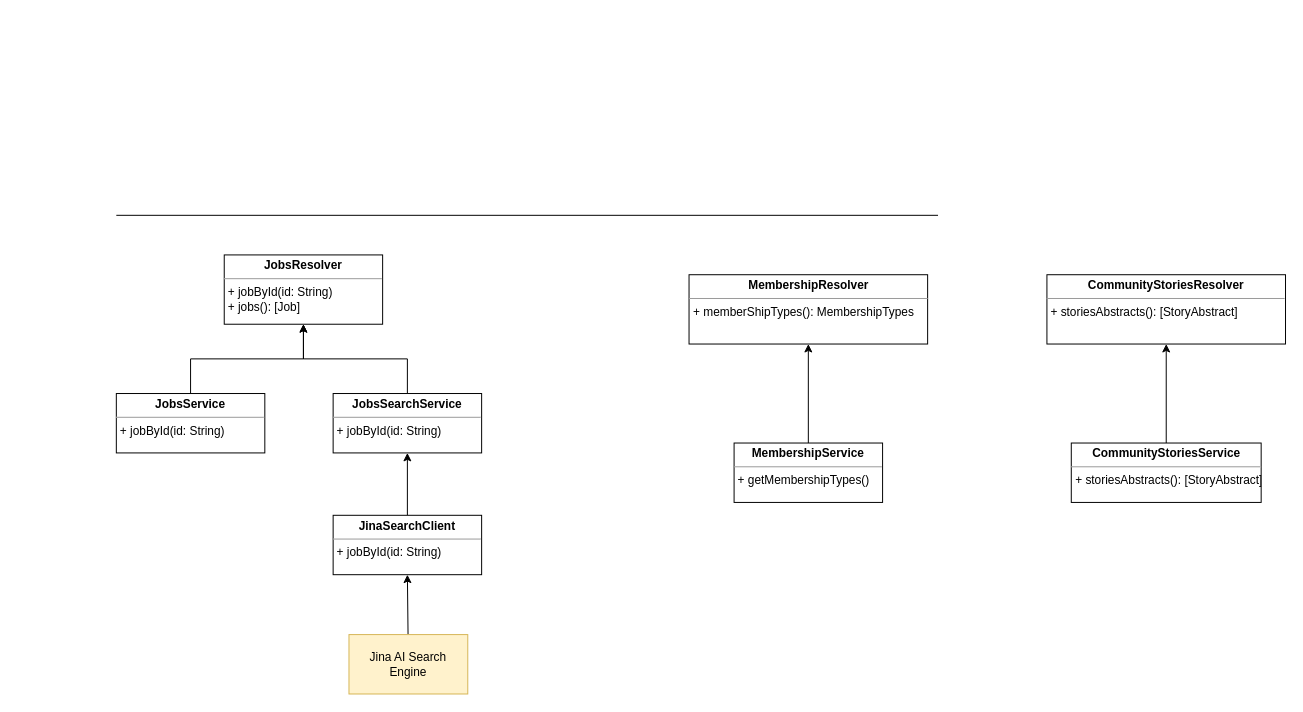
The draw.io diagram page "Backend Class Diagram" (1 of 5) of backend/diagrams.drawio in qiusuo-fuyuan/eagleeyejobs, before the edit. Source tidied: cells renumbered, new cells numbered last; positions are measured from the earlier drawing's top-left corner, leaving out a move shared by most shapes. Both pictures are drawn from the tidied source at 99%, with x=0, y=0 at pixel (116, 215).
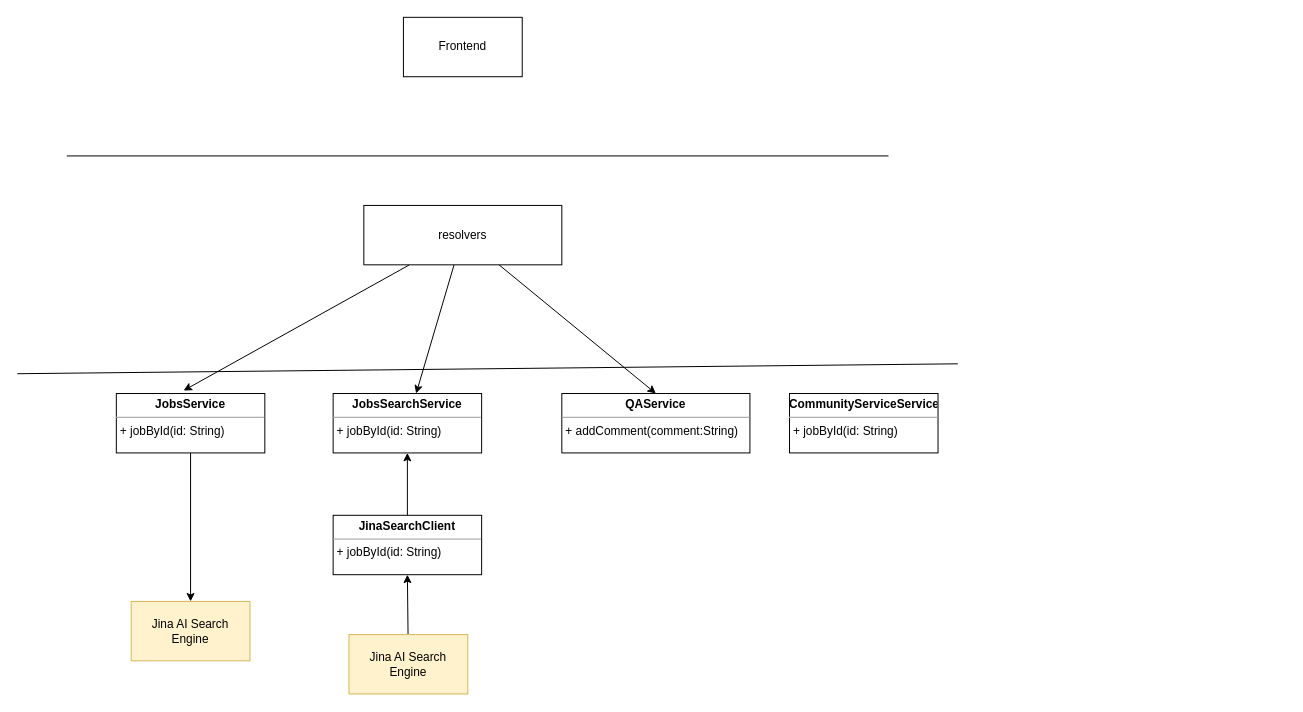
Above is the later version.

Commit message (it also covers changes not shown here):
update the backend diagram

The change refers to these unchanged cells:
```xml
<mxCell id="4" value="&lt;p style=&quot;margin:0px;margin-top:4px;text-align:center;&quot;&gt;&lt;b&gt;JobsService&lt;/b&gt;&lt;/p&gt;&lt;hr size=&quot;1&quot;&gt;&lt;p style=&quot;margin:0px;margin-left:4px;&quot;&gt;+ jobById(id: String)&lt;/p&gt;" style="verticalAlign=top;align=left;overflow=fill;fontSize=12;fontFamily=Helvetica;html=1;" parent="1" vertex="1">
  <mxGeometry y="180" width="150" height="60" as="geometry" />
</mxCell>
<mxCell id="6" value="&lt;p style=&quot;margin:0px;margin-top:4px;text-align:center;&quot;&gt;&lt;b&gt;JobsSearchService&lt;/b&gt;&lt;/p&gt;&lt;hr size=&quot;1&quot;&gt;&lt;p style=&quot;margin:0px;margin-left:4px;&quot;&gt;+ jobById(id: String)&lt;/p&gt;" style="verticalAlign=top;align=left;overflow=fill;fontSize=12;fontFamily=Helvetica;html=1;" parent="1" vertex="1">
  <mxGeometry x="219" y="180" width="150" height="60" as="geometry" />
</mxCell>
```

The edit, as a diff of the source:
```diff
@@
-    <mxCell id="2" value="&lt;p style=&quot;margin:0px;margin-top:4px;text-align:center;&quot;&gt;&lt;b&gt;JobsResolver&lt;/b&gt;&lt;/p&gt;&lt;hr size=&quot;1&quot;&gt;&lt;p style=&quot;margin:0px;margin-left:4px;&quot;&gt;+ jobById(id: String)&lt;/p&gt;&lt;p style=&quot;margin:0px;margin-left:4px;&quot;&gt;+ jobs(): [Job]&lt;/p&gt;" style="verticalAlign=top;align=left;overflow=fill;fontSize=12;fontFamily=Helvetica;html=1;" parent="1" vertex="1">
-      <mxGeometry x="109" y="40" width="160" height="70" as="geometry" />
-    </mxCell>
-    <mxCell id="3" style="edgeStyle=orthogonalEdgeStyle;rounded=0;jettySize=auto;html=1;entryX=0.5;entryY=1;entryDx=0;entryDy=0;" parent="1" edge="1" source="4" target="2">
-      <mxGeometry relative="1" as="geometry" />
-    </mxCell>
+    <mxCell id="18" style="edgeStyle=none;html=1;" parent="1" edge="1" source="4" target="17">
+      <mxGeometry relative="1" as="geometry" />
+    </mxCell>
@@
-    <mxCell id="5" style="edgeStyle=orthogonalEdgeStyle;rounded=0;jettySize=auto;html=1;" parent="1" edge="1" source="6" target="2">
-      <mxGeometry relative="1" as="geometry" />
-    </mxCell>
@@
     <mxCell id="9" style="endArrow=none;html=1;rounded=0;" parent="1" edge="1">
       <mxGeometry relative="1" as="geometry">
-        <mxPoint as="sourcePoint" />
-        <mxPoint x="830" as="targetPoint" />
+        <mxPoint x="-50" y="-60" as="sourcePoint" />
+        <mxPoint x="780" y="-60" as="targetPoint" />
       </mxGeometry>
     </mxCell>
-    <mxCell id="10" value="&lt;p style=&quot;margin: 0px ; margin-top: 4px ; text-align: center&quot;&gt;&lt;b&gt;MembershipResolver&lt;/b&gt;&lt;/p&gt;&lt;hr size=&quot;1&quot;&gt;&lt;p style=&quot;margin: 0px ; margin-left: 4px&quot;&gt;+ memberShipTypes(): MembershipTypes&lt;/p&gt;" style="verticalAlign=top;align=left;overflow=fill;fontSize=12;fontFamily=Helvetica;html=1;" parent="1" vertex="1">
-      <mxGeometry x="578.5" y="60" width="241" height="70" as="geometry" />
-    </mxCell>
-    <mxCell id="11" style="edgeStyle=orthogonalEdgeStyle;rounded=0;jettySize=auto;html=1;entryX=0.5;entryY=1;entryDx=0;entryDy=0;" parent="1" edge="1" source="12" target="10">
-      <mxGeometry relative="1" as="geometry" />
-    </mxCell>
-    <mxCell id="12" value="&lt;p style=&quot;margin: 0px ; margin-top: 4px ; text-align: center&quot;&gt;&lt;b&gt;MembershipService&lt;/b&gt;&lt;/p&gt;&lt;hr size=&quot;1&quot;&gt;&lt;p style=&quot;margin: 0px ; margin-left: 4px&quot;&gt;+ getMembershipTypes()&lt;/p&gt;" style="verticalAlign=top;align=left;overflow=fill;fontSize=12;fontFamily=Helvetica;html=1;" parent="1" vertex="1">
-      <mxGeometry x="624" y="230" width="150" height="60" as="geometry" />
-    </mxCell>
@@
-    <mxCell id="15" value="&lt;p style=&quot;margin: 0px ; margin-top: 4px ; text-align: center&quot;&gt;&lt;b&gt;CommunityStoriesResolver&lt;/b&gt;&lt;/p&gt;&lt;hr size=&quot;1&quot;&gt;&lt;p style=&quot;margin: 0px ; margin-left: 4px&quot;&gt;+ storiesAbstracts(): [StoryAbstract]&lt;/p&gt;" style="verticalAlign=top;align=left;overflow=fill;fontSize=12;fontFamily=Helvetica;html=1;" parent="1" vertex="1">
-      <mxGeometry x="940" y="60" width="241" height="70" as="geometry" />
-    </mxCell>
-    <mxCell id="16" style="edgeStyle=orthogonalEdgeStyle;rounded=0;jettySize=auto;html=1;entryX=0.5;entryY=1;entryDx=0;entryDy=0;" parent="1" edge="1" source="17" target="15">
-      <mxGeometry relative="1" as="geometry" />
+    <mxCell id="16" value="Frontend" style="rounded=0;whiteSpace=wrap;html=1;" parent="1" vertex="1">
+      <mxGeometry x="290" y="-200" width="120" height="60" as="geometry" />
     </mxCell>
-    <mxCell id="17" value="&lt;p style=&quot;margin: 0px ; margin-top: 4px ; text-align: center&quot;&gt;&lt;b&gt;CommunityStoriesService&lt;/b&gt;&lt;/p&gt;&lt;hr size=&quot;1&quot;&gt;&lt;p style=&quot;margin: 0px ; margin-left: 4px&quot;&gt;+ storiesAbstracts(): [StoryAbstract]&lt;/p&gt;" style="verticalAlign=top;align=left;overflow=fill;fontSize=12;fontFamily=Helvetica;html=1;" parent="1" vertex="1">
-      <mxGeometry x="964.6" y="230" width="191.8" height="60" as="geometry" />
+    <mxCell id="17" value="Jina AI Search Engine" style="rounded=0;whiteSpace=wrap;html=1;fillColor=#fff2cc;strokeColor=#d6b656;" parent="1" vertex="1">
+      <mxGeometry x="15" y="390" width="120" height="60" as="geometry" />
     </mxCell>
+    <mxCell id="19" style="endArrow=none;html=1;" parent="1" edge="1">
+      <mxGeometry relative="1" as="geometry">
+        <mxPoint x="-100" y="160" as="sourcePoint" />
+        <mxPoint x="850" y="150" as="targetPoint" />
+      </mxGeometry>
+    </mxCell>
+    <mxCell id="20" value="&lt;p style=&quot;margin: 0px ; margin-top: 4px ; text-align: center&quot;&gt;&lt;b&gt;QAService&lt;/b&gt;&lt;/p&gt;&lt;hr size=&quot;1&quot;&gt;&lt;p style=&quot;margin: 0px ; margin-left: 4px&quot;&gt;+ addComment(comment:String)&lt;/p&gt;" style="verticalAlign=top;align=left;overflow=fill;fontSize=12;fontFamily=Helvetica;html=1;" parent="1" vertex="1">
+      <mxGeometry x="450" y="180" width="190" height="60" as="geometry" />
+    </mxCell>
+    <mxCell id="21" value="&lt;p style=&quot;margin: 0px ; margin-top: 4px ; text-align: center&quot;&gt;&lt;b&gt;CommunityServiceService&lt;/b&gt;&lt;/p&gt;&lt;hr size=&quot;1&quot;&gt;&lt;p style=&quot;margin: 0px ; margin-left: 4px&quot;&gt;+ jobById(id: String)&lt;/p&gt;" style="verticalAlign=top;align=left;overflow=fill;fontSize=12;fontFamily=Helvetica;html=1;" parent="1" vertex="1">
+      <mxGeometry x="680" y="180" width="150" height="60" as="geometry" />
+    </mxCell>
+    <mxCell id="22" style="edgeStyle=none;html=1;entryX=0.453;entryY=-0.05;entryDx=0;entryDy=0;entryPerimeter=0;" parent="1" edge="1" source="25" target="4">
+      <mxGeometry relative="1" as="geometry" />
+    </mxCell>
+    <mxCell id="23" style="edgeStyle=none;html=1;" parent="1" edge="1" source="25" target="6">
+      <mxGeometry relative="1" as="geometry" />
+    </mxCell>
+    <mxCell id="24" style="edgeStyle=none;html=1;entryX=0.5;entryY=0;entryDx=0;entryDy=0;" parent="1" edge="1" source="25" target="20">
+      <mxGeometry relative="1" as="geometry" />
+    </mxCell>
+    <mxCell id="25" value="resolvers" style="rounded=0;whiteSpace=wrap;html=1;" parent="1" vertex="1">
+      <mxGeometry x="250" y="-10" width="200" height="60" as="geometry" />
+    </mxCell>
```
